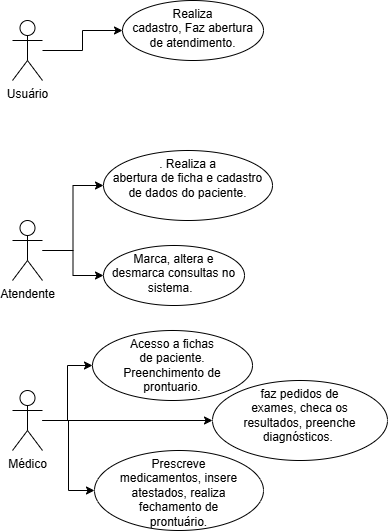
Before: Diagrama clinica médica.drawio.png, a diagram exported from draw.io (studoallancantarino-oss/analise_modelagem_sistemas). Source tidied: cells renumbered, new cells last; positions are measured from the earlier drawing's top-left corner, leaving out a move shared by most shapes.
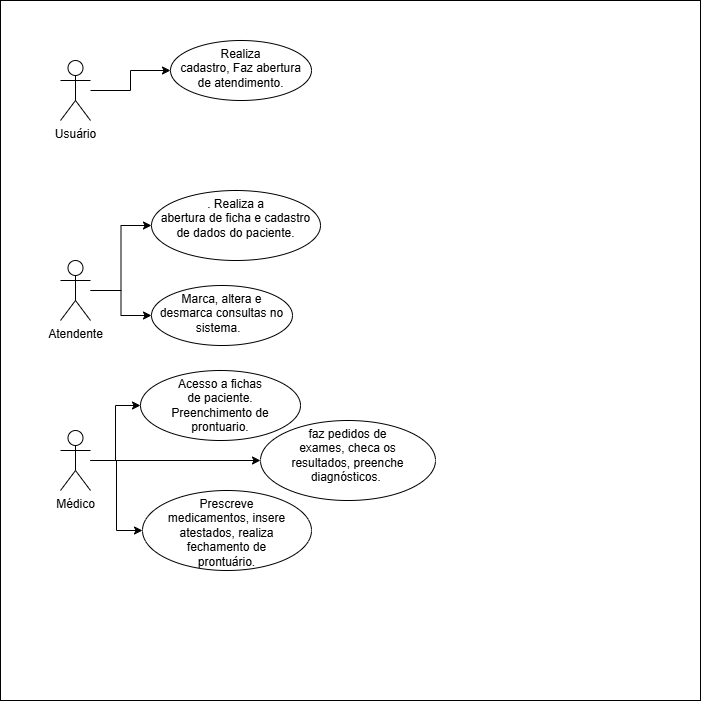
After the commit.

Diff of the diagram source:
```diff
@@ -2,6 +2,9 @@
   <root>
     <mxCell id="0" />
     <mxCell id="1" parent="0" />
+    <mxCell id="17" style="whiteSpace=wrap;html=1;" parent="1" vertex="1">
+      <mxGeometry x="-60" y="-40" width="700" height="700" as="geometry" />
+    </mxCell>
     <mxCell id="2" style="edgeStyle=orthogonalEdgeStyle;rounded=0;jettySize=auto;html=1;" parent="1" edge="1" source="3" target="16">
       <mxGeometry relative="1" as="geometry" />
     </mxCell>
```
